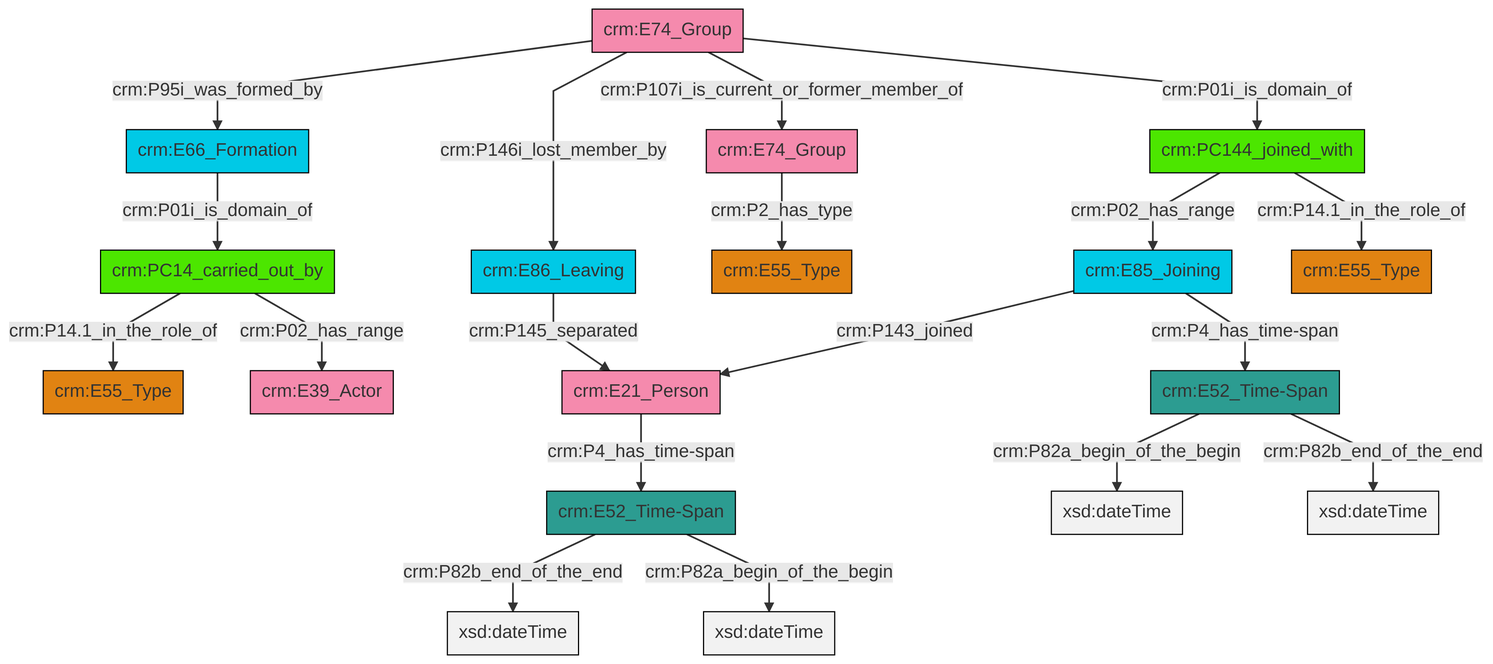
The Mermaid diagram et/groupCSV/ttl/mmd/png/group_actor_relations.png in swiss-art-research-net/reference-data-models, before a commit. Its source is kept beside it as et/groupCSV/ttl/mmd/group_actor_relations.ttl.mmd.
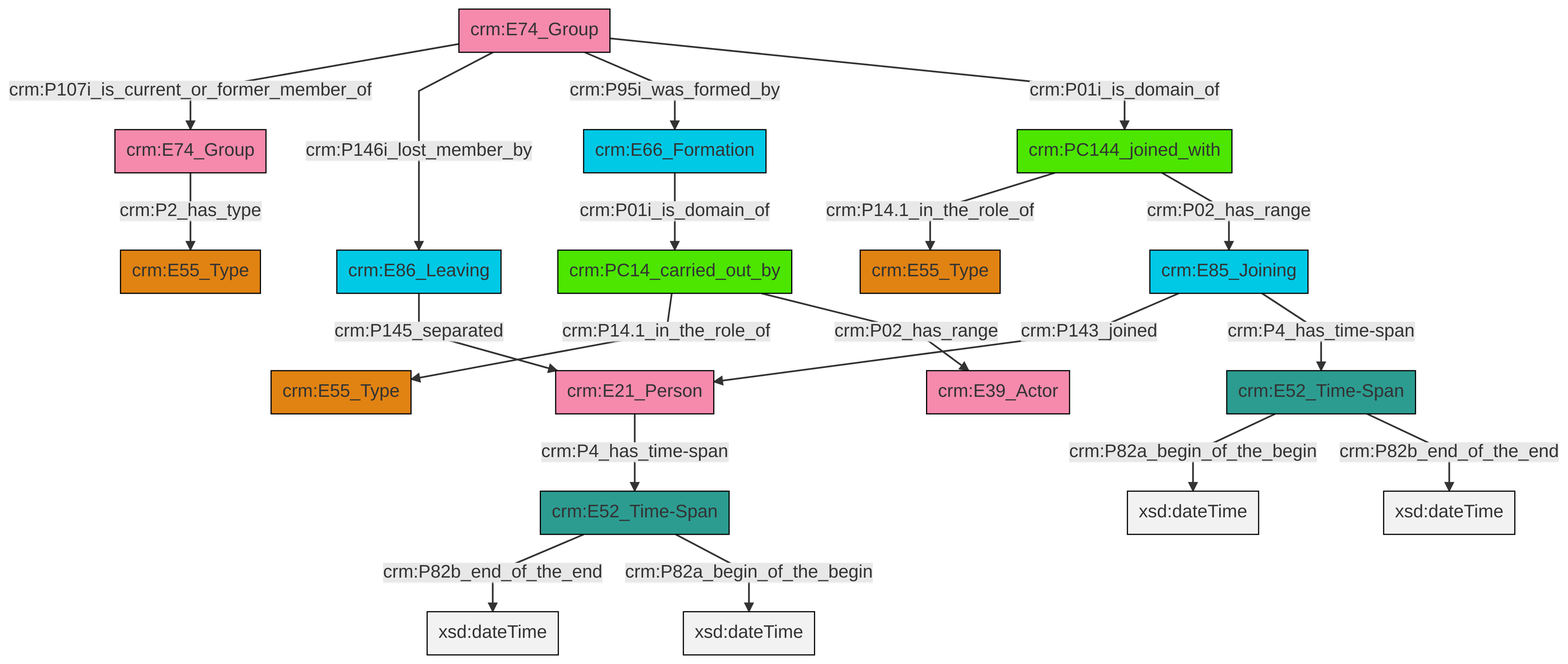
The same file after the commit.

What changed in the source:
```diff
@@ -13,21 +13,21 @@
 classDef PC_Classes fill:#4ce600, stroke:#000000;
 classDef Multi fill:#cccccc,stroke:#000000;
 
-2["crm:E86_Leaving"]:::Temporal_Entity -->|crm:P145_separated| 3["crm:E21_Person"]:::Actor
-0["crm:E74_Group"]:::Actor -->|crm:P95i_was_formed_by| 16["crm:E66_Formation"]:::Temporal_Entity
-16["crm:E66_Formation"]:::Temporal_Entity -->|crm:P01i_is_domain_of| 19["crm:PC14_carried_out_by"]:::PC_Classes
-19["crm:PC14_carried_out_by"]:::PC_Classes -->|crm:P14.1_in_the_role_of| 20["crm:E55_Type"]:::Type
-6["crm:E52_Time-Span"]:::Time-Span -->|crm:P82a_begin_of_the_begin| 23[xsd:dateTime]:::Literal
-6["crm:E52_Time-Span"]:::Time-Span -->|crm:P82b_end_of_the_end| 24[xsd:dateTime]:::Literal
-0["crm:E74_Group"]:::Actor -->|crm:P146i_lost_member_by| 2["crm:E86_Leaving"]:::Temporal_Entity
-25["crm:E52_Time-Span"]:::Time-Span -->|crm:P82b_end_of_the_end| 26[xsd:dateTime]:::Literal
-8["crm:PC144_joined_with"]:::PC_Classes -->|crm:P02_has_range| 10["crm:E85_Joining"]:::Temporal_Entity
-10["crm:E85_Joining"]:::Temporal_Entity -->|crm:P143_joined| 3["crm:E21_Person"]:::Actor
-19["crm:PC14_carried_out_by"]:::PC_Classes -->|crm:P02_has_range| 29["crm:E39_Actor"]:::Actor
-0["crm:E74_Group"]:::Actor -->|crm:P107i_is_current_or_former_member_of| 12["crm:E74_Group"]:::Actor
-25["crm:E52_Time-Span"]:::Time-Span -->|crm:P82a_begin_of_the_begin| 30[xsd:dateTime]:::Literal
-12["crm:E74_Group"]:::Actor -->|crm:P2_has_type| 14["crm:E55_Type"]:::Type
-10["crm:E85_Joining"]:::Temporal_Entity -->|crm:P4_has_time-span| 6["crm:E52_Time-Span"]:::Time-Span
-0["crm:E74_Group"]:::Actor -->|crm:P01i_is_domain_of| 8["crm:PC144_joined_with"]:::PC_Classes
-3["crm:E21_Person"]:::Actor -->|crm:P4_has_time-span| 25["crm:E52_Time-Span"]:::Time-Span
-8["crm:PC144_joined_with"]:::PC_Classes -->|crm:P14.1_in_the_role_of| 4["crm:E55_Type"]:::Type
+2["crm:PC144_joined_with"]:::PC_Classes -->|crm:P14.1_in_the_role_of| 3["crm:E55_Type"]:::Type
+6["crm:E74_Group"]:::Actor -->|crm:P107i_is_current_or_former_member_of| 7["crm:E74_Group"]:::Actor
+10["crm:PC14_carried_out_by"]:::PC_Classes -->|crm:P14.1_in_the_role_of| 8["crm:E55_Type"]:::Type
+11["crm:E52_Time-Span"]:::Time-Span -->|crm:P82b_end_of_the_end| 12[xsd:dateTime]:::Literal
+16["crm:E66_Formation"]:::Temporal_Entity -->|crm:P01i_is_domain_of| 10["crm:PC14_carried_out_by"]:::PC_Classes
+0["crm:E52_Time-Span"]:::Time-Span -->|crm:P82a_begin_of_the_begin| 17[xsd:dateTime]:::Literal
+6["crm:E74_Group"]:::Actor -->|crm:P146i_lost_member_by| 18["crm:E86_Leaving"]:::Temporal_Entity
+10["crm:PC14_carried_out_by"]:::PC_Classes -->|crm:P02_has_range| 14["crm:E39_Actor"]:::Actor
+18["crm:E86_Leaving"]:::Temporal_Entity -->|crm:P145_separated| 22["crm:E21_Person"]:::Actor
+4["crm:E85_Joining"]:::Temporal_Entity -->|crm:P143_joined| 22["crm:E21_Person"]:::Actor
+6["crm:E74_Group"]:::Actor -->|crm:P95i_was_formed_by| 16["crm:E66_Formation"]:::Temporal_Entity
+2["crm:PC144_joined_with"]:::PC_Classes -->|crm:P02_has_range| 4["crm:E85_Joining"]:::Temporal_Entity
+11["crm:E52_Time-Span"]:::Time-Span -->|crm:P82a_begin_of_the_begin| 25[xsd:dateTime]:::Literal
+4["crm:E85_Joining"]:::Temporal_Entity -->|crm:P4_has_time-span| 0["crm:E52_Time-Span"]:::Time-Span
+0["crm:E52_Time-Span"]:::Time-Span -->|crm:P82b_end_of_the_end| 29[xsd:dateTime]:::Literal
+6["crm:E74_Group"]:::Actor -->|crm:P01i_is_domain_of| 2["crm:PC144_joined_with"]:::PC_Classes
+7["crm:E74_Group"]:::Actor -->|crm:P2_has_type| 26["crm:E55_Type"]:::Type
+22["crm:E21_Person"]:::Actor -->|crm:P4_has_time-span| 11["crm:E52_Time-Span"]:::Time-Span
```
